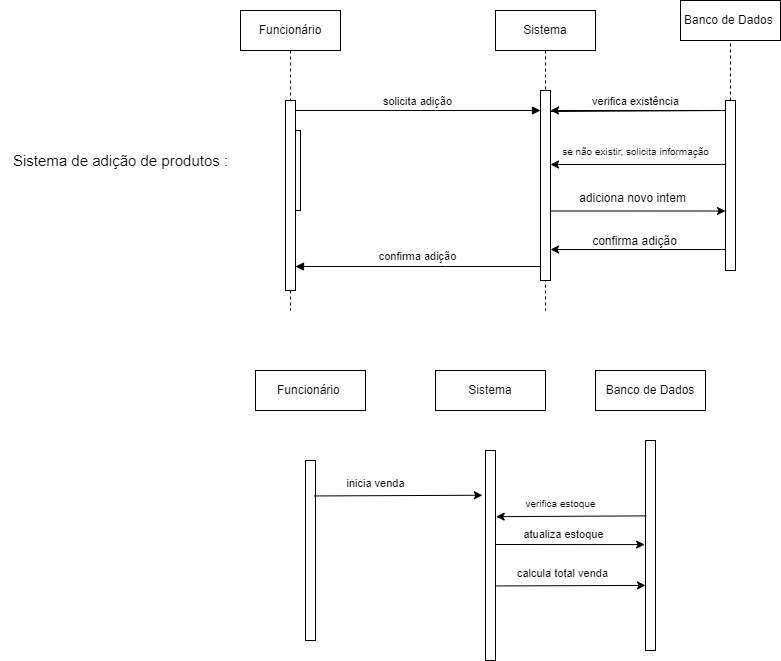
The draw.io diagram LojaDeRoupa.drawio.png in EloyWayne/EstudosFacul, before a commit. Source tidied: cells renumbered, new cells last; positions are measured from the earlier drawing's top-left corner, leaving out a move shared by most shapes.
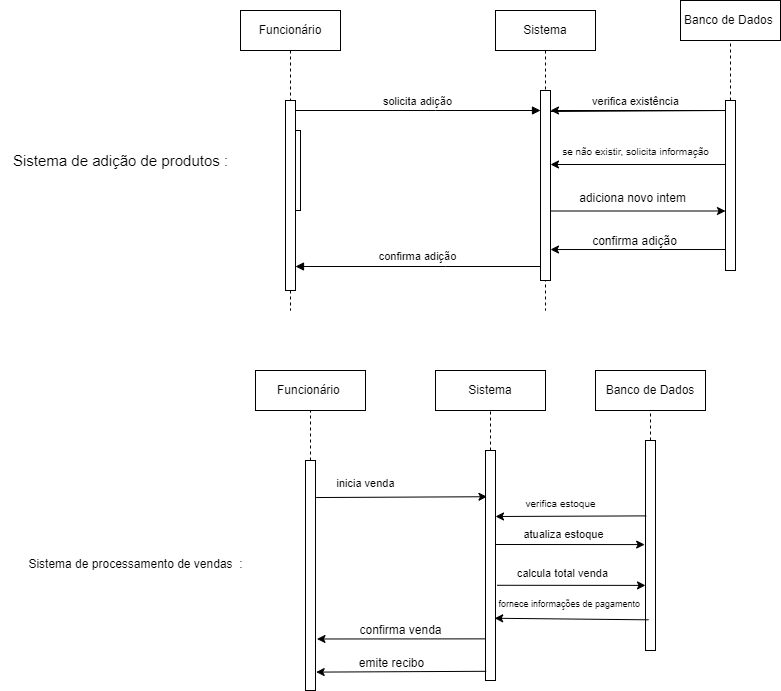
Above is the later version.

Diff of the diagram source:
```diff
@@ -105,22 +105,24 @@
       <mxGeometry x="595" y="370" width="110" height="40" as="geometry" />
     </mxCell>
     <mxCell id="25" style="whiteSpace=wrap;html=1;" parent="1" vertex="1">
-      <mxGeometry x="305" y="460" width="10" height="180" as="geometry" />
+      <mxGeometry x="305" y="460" width="10" height="230" as="geometry" />
     </mxCell>
     <mxCell id="26" style="whiteSpace=wrap;html=1;" parent="1" vertex="1">
-      <mxGeometry x="485" y="450" width="10" height="210" as="geometry" />
+      <mxGeometry x="485" y="450" width="10" height="230" as="geometry" />
     </mxCell>
     <mxCell id="27" style="whiteSpace=wrap;html=1;" parent="1" vertex="1">
       <mxGeometry x="645" y="440" width="10" height="210" as="geometry" />
     </mxCell>
-    <mxCell id="28" style="endArrow=classic;html=1;rounded=0;exitX=0.838;exitY=0.197;exitDx=0;exitDy=0;exitPerimeter=0;entryX=-0.315;entryY=0.213;entryDx=0;entryDy=0;entryPerimeter=0;" parent="1" edge="1" source="25" target="26">
+    <mxCell id="28" style="endArrow=classic;html=1;rounded=0;exitX=1.069;exitY=0.161;exitDx=0;exitDy=0;exitPerimeter=0;entryX=0.146;entryY=0.201;entryDx=0;entryDy=0;entryPerimeter=0;" parent="1" edge="1" source="25" target="26">
       <mxGeometry relative="1" as="geometry" />
     </mxCell>
     <mxCell id="29" value="&lt;font style=&quot;font-size: 11px;&quot;&gt;inicia venda&lt;/font&gt;" style="text;html=1;align=center;verticalAlign=middle;strokeColor=none;fillColor=none;" parent="1" vertex="1">
-      <mxGeometry x="335" y="468" width="80" height="30" as="geometry" />
+      <mxGeometry x="325" y="468" width="80" height="30" as="geometry" />
     </mxCell>
-    <mxCell id="30" style="endArrow=classic;html=1;rounded=0;entryX=1.069;entryY=0.315;entryDx=0;entryDy=0;entryPerimeter=0;exitX=0.069;exitY=0.359;exitDx=0;exitDy=0;exitPerimeter=0;" parent="1" edge="1" source="27" target="26">
-      <mxGeometry relative="1" as="geometry" />
+    <mxCell id="30" style="endArrow=classic;html=1;rounded=0;exitX=0.069;exitY=0.359;exitDx=0;exitDy=0;exitPerimeter=0;" parent="1" edge="1" source="27">
+      <mxGeometry relative="1" as="geometry">
+        <mxPoint x="495" y="516" as="targetPoint" />
+      </mxGeometry>
     </mxCell>
     <mxCell id="31" value="&lt;font style=&quot;font-size: 10px;&quot;&gt;verifica estoque&lt;/font&gt;" style="text;html=1;align=center;verticalAlign=middle;strokeColor=none;fillColor=none;" parent="1" vertex="1">
       <mxGeometry x="515" y="488" width="90" height="30" as="geometry" />
@@ -134,11 +136,41 @@
     <mxCell id="33" value="atualiza estoque" style="text;html=1;align=center;verticalAlign=middle;strokeColor=none;fillColor=none;fontSize=11;" parent="1" vertex="1">
       <mxGeometry x="513" y="519" width="100" height="30" as="geometry" />
     </mxCell>
-    <mxCell id="34" style="endArrow=classic;html=1;rounded=0;exitX=1.069;exitY=0.645;exitDx=0;exitDy=0;entryX=0;entryY=0.69;entryDx=0;entryDy=0;entryPerimeter=0;exitPerimeter=0;" parent="1" edge="1" source="26" target="27">
+    <mxCell id="34" style="endArrow=classic;html=1;rounded=0;exitX=1.146;exitY=0.586;exitDx=0;exitDy=0;entryX=0;entryY=0.69;entryDx=0;entryDy=0;entryPerimeter=0;exitPerimeter=0;" parent="1" edge="1" source="26" target="27">
       <mxGeometry relative="1" as="geometry" />
     </mxCell>
     <mxCell id="35" value="&lt;font style=&quot;font-size: 11px;&quot;&gt;calcula total venda&lt;/font&gt;" style="text;html=1;align=center;verticalAlign=middle;strokeColor=none;fillColor=none;" parent="1" vertex="1">
       <mxGeometry x="507" y="558" width="110" height="30" as="geometry" />
     </mxCell>
+    <mxCell id="36" style="endArrow=classic;html=1;rounded=0;exitX=0.959;exitY=1.044;exitDx=0;exitDy=0;exitPerimeter=0;entryX=0.054;entryY=0.992;entryDx=0;entryDy=0;entryPerimeter=0;" parent="1" edge="1" source="37" target="37">
+      <mxGeometry relative="1" as="geometry" />
+    </mxCell>
+    <mxCell id="37" value="&lt;font style=&quot;font-size: 9px;&quot;&gt;fornece informações de pagamento&amp;nbsp;&lt;/font&gt;" style="text;html=1;align=center;verticalAlign=middle;points=[];strokeColor=none;fillColor=none;" parent="1" vertex="1">
+      <mxGeometry x="485" y="588" width="170" height="30" as="geometry" />
+    </mxCell>
+    <mxCell id="38" style="endArrow=classic;html=1;rounded=0;exitX=0;exitY=0.819;exitDx=0;exitDy=0;exitPerimeter=0;entryX=1.146;entryY=0.776;entryDx=0;entryDy=0;entryPerimeter=0;" parent="1" edge="1" source="26" target="25">
+      <mxGeometry relative="1" as="geometry" />
+    </mxCell>
+    <mxCell id="39" value="confirma venda" style="text;html=1;align=center;verticalAlign=middle;strokeColor=none;fillColor=none;" parent="1" vertex="1">
+      <mxGeometry x="345" y="615" width="110" height="30" as="geometry" />
+    </mxCell>
+    <mxCell id="40" style="endArrow=classic;html=1;rounded=0;entryX=1.069;entryY=0.92;entryDx=0;entryDy=0;entryPerimeter=0;exitX=0.069;exitY=0.96;exitDx=0;exitDy=0;exitPerimeter=0;" parent="1" edge="1" source="26" target="25">
+      <mxGeometry relative="1" as="geometry" />
+    </mxCell>
+    <mxCell id="41" value="emite recibo" style="text;html=1;align=center;verticalAlign=middle;strokeColor=none;fillColor=none;" parent="1" vertex="1">
+      <mxGeometry x="346" y="648" width="90" height="30" as="geometry" />
+    </mxCell>
+    <mxCell id="42" value="Sistema de processamento de vendas&amp;nbsp; :" style="text;html=1;align=center;verticalAlign=middle;strokeColor=none;fillColor=none;" parent="1" vertex="1">
+      <mxGeometry x="15" y="549" width="240" height="30" as="geometry" />
+    </mxCell>
+    <mxCell id="43" style="endArrow=none;dashed=1;html=1;rounded=0;exitX=0.5;exitY=0;exitDx=0;exitDy=0;entryX=0.5;entryY=1;entryDx=0;entryDy=0;" parent="1" edge="1" source="25" target="21">
+      <mxGeometry relative="1" as="geometry" />
+    </mxCell>
+    <mxCell id="44" style="endArrow=none;dashed=1;html=1;rounded=0;exitX=0.5;exitY=0;exitDx=0;exitDy=0;entryX=0.5;entryY=1;entryDx=0;entryDy=0;" parent="1" edge="1" source="26" target="23">
+      <mxGeometry relative="1" as="geometry" />
+    </mxCell>
+    <mxCell id="45" style="endArrow=none;dashed=1;html=1;rounded=0;exitX=0.5;exitY=0;exitDx=0;exitDy=0;entryX=0.5;entryY=1;entryDx=0;entryDy=0;" parent="1" edge="1" source="27" target="24">
+      <mxGeometry relative="1" as="geometry" />
+    </mxCell>
   </root>
 </mxGraphModel>
```
